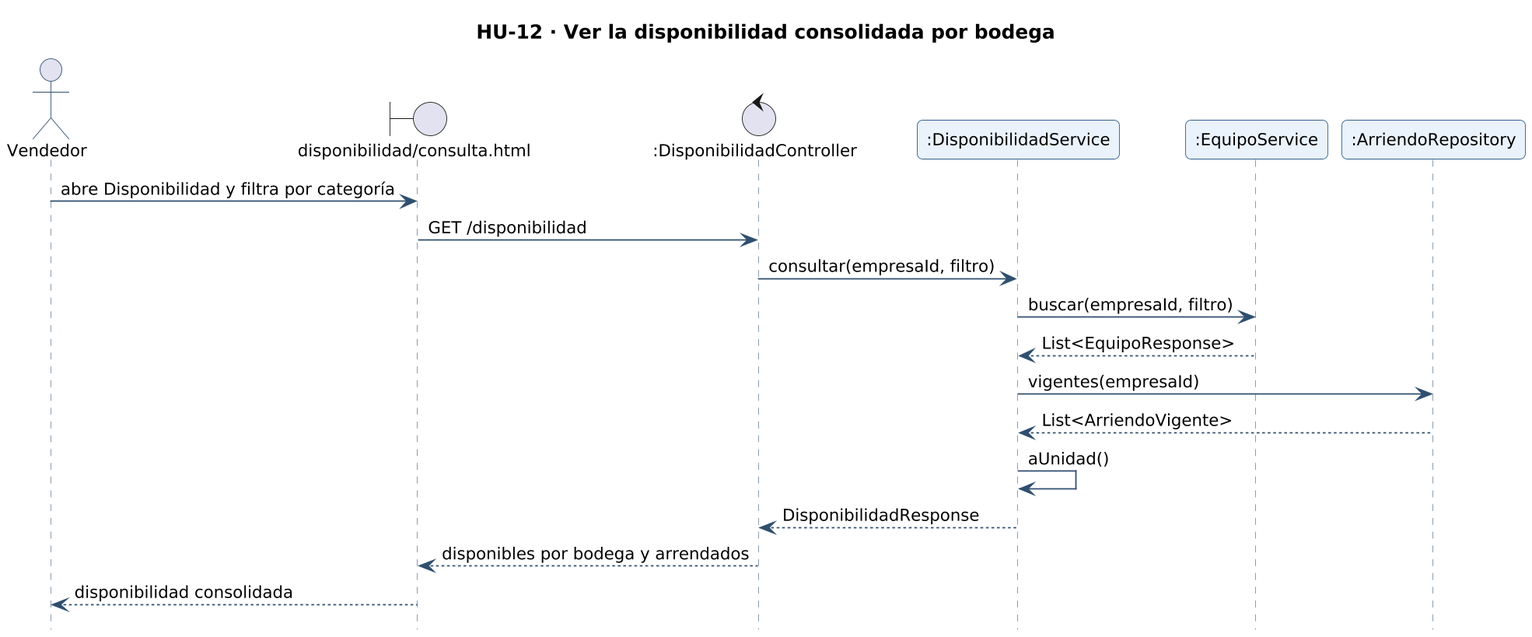
The PlantUML diagram docs/diagramas/secuencia-hu-12.png in gonzaloarenasduoc/Mira, before a commit.
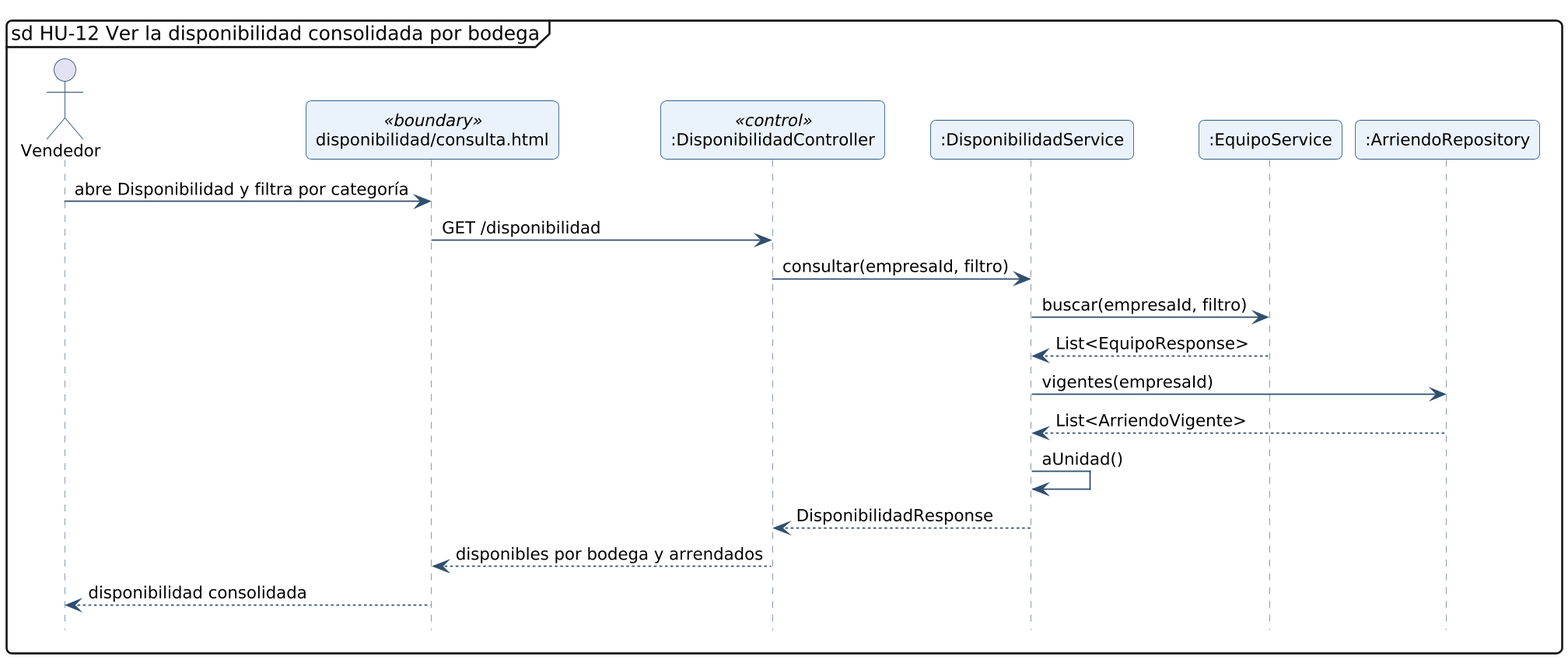
After the commit.

Diff of the diagram source:
```diff
@@ -3,10 +3,10 @@
 hide footbox
 skinparam maxMessageSize 260
 skinparam sequenceMessageAlign left
-title HU-12 · Ver la disponibilidad consolidada por bodega
+mainframe sd HU-12 Ver la disponibilidad consolidada por bodega
 actor "Vendedor" as A
-boundary "disponibilidad/consulta.html" as L_VISTA_disponibilidad_consulta
-control ":DisponibilidadController" as L_DisponibilidadController
+participant "disponibilidad/consulta.html" as L_VISTA_disponibilidad_consulta <<boundary>>
+participant ":DisponibilidadController" as L_DisponibilidadController <<control>>
 participant ":DisponibilidadService" as L_DisponibilidadService
 participant ":EquipoService" as L_EquipoService
 participant ":ArriendoRepository" as L_ArriendoRepository
```
